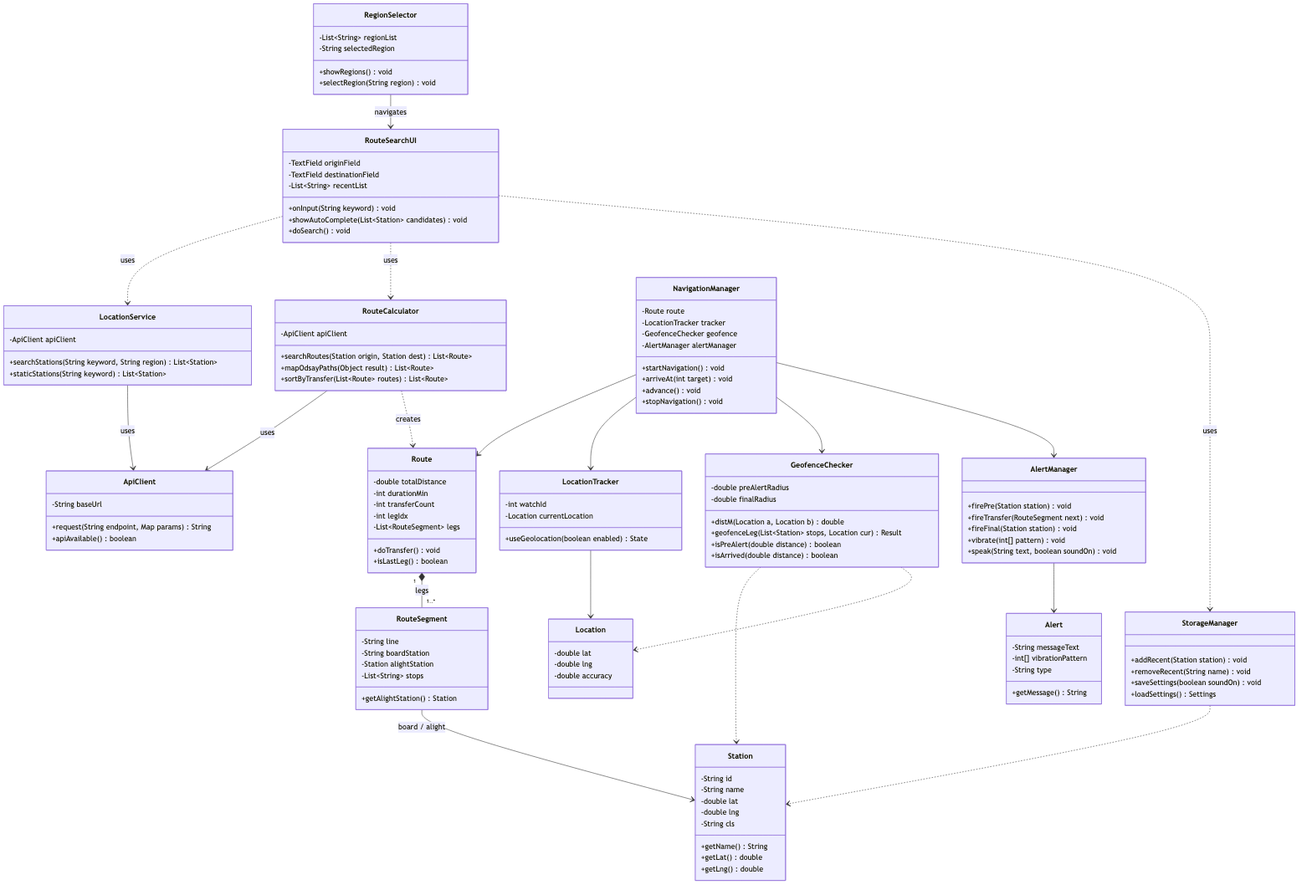
This is images/class-diagram.png from moonchanju/adigasu, a Mermaid export, as it was before one commit. Its source is kept beside it as diagrams/class-diagram.mmd.
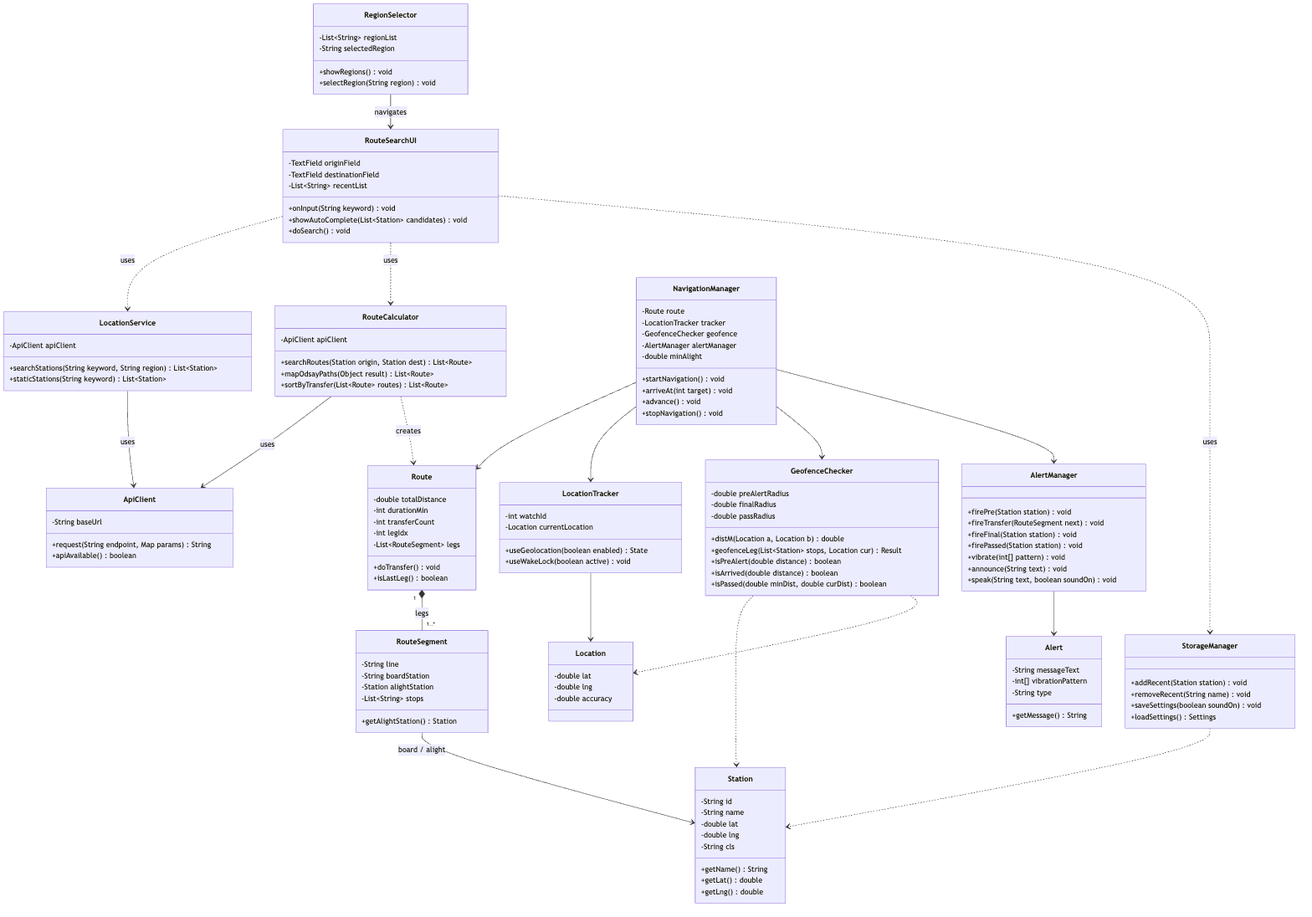
After the change.

Diff of the diagram source:
```diff
@@ -55,6 +55,7 @@
     -LocationTracker tracker
     -GeofenceChecker geofence
     -AlertManager alertManager
+    -double minAlight
     +startNavigation() void
     +arriveAt(int target) void
     +advance() void
@@ -64,6 +65,7 @@
     -int watchId
     -Location currentLocation
     +useGeolocation(boolean enabled) State
+    +useWakeLock(boolean active) void
   }
   class Location {
     -double lat
@@ -73,16 +75,20 @@
   class GeofenceChecker {
     -double preAlertRadius
     -double finalRadius
+    -double passRadius
     +distM(Location a, Location b) double
     +geofenceLeg(List~Station~ stops, Location cur) Result
     +isPreAlert(double distance) boolean
     +isArrived(double distance) boolean
+    +isPassed(double minDist, double curDist) boolean
   }
   class AlertManager {
     +firePre(Station station) void
     +fireTransfer(RouteSegment next) void
     +fireFinal(Station station) void
+    +firePassed(Station station) void
     +vibrate(int[] pattern) void
+    +announce(String text) void
     +speak(String text, boolean soundOn) void
   }
   class Alert {
```
